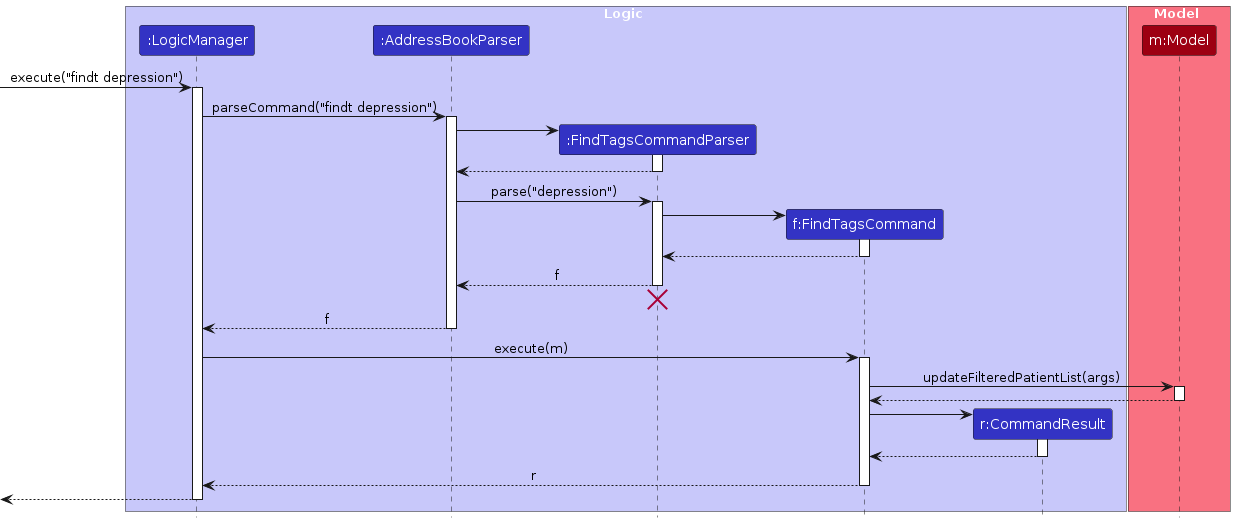
This is diagrams/FindTagsSequenceDiagram.png from NeoHW/tp, a PlantUML export, as it was before one commit. Its source is kept beside it as diagrams/FindTagsSequenceDiagram.puml.
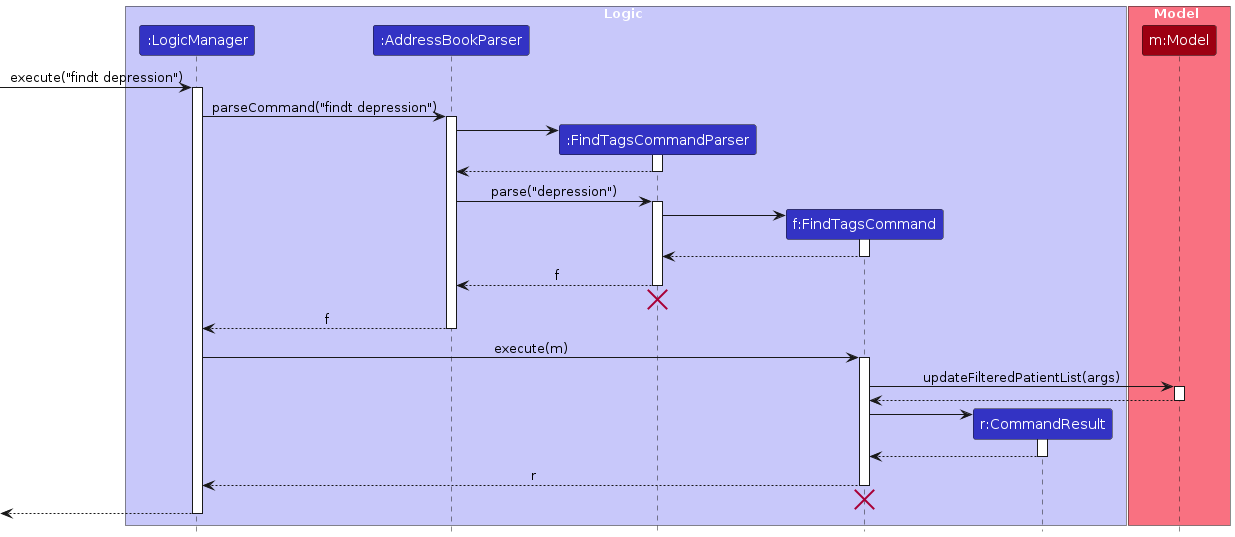
After the commit.

The edit, as a diff of the source:
```diff
@@ -64,6 +64,9 @@
 FindTagsCommand --> LogicManager : r
 deactivate FindTagsCommand
 
+FindTagsCommand -[hidden]-> AddressBookParser
+destroy FindTagsCommand
+
 [<--LogicManager
 deactivate LogicManager
 @enduml
```
